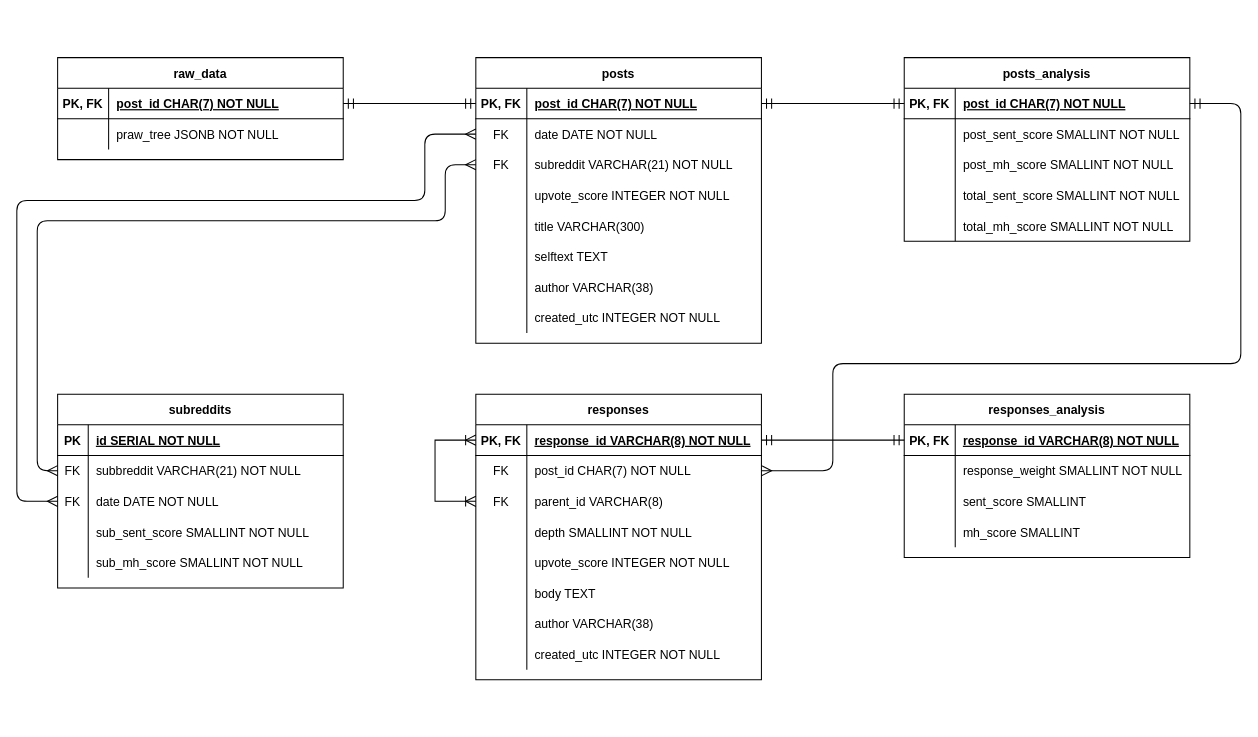
This is Untitled Diagram.drawio from AustinLowey/social-media-trends-tracker, a draw.io file, before an edit. Source tidied: cells renumbered, new cells numbered last; positions are measured from the earlier drawing's top-left corner, leaving out a move shared by most shapes. Both pictures are drawn from the tidied source at 102%, with x=0, y=0 at pixel (16, 57).
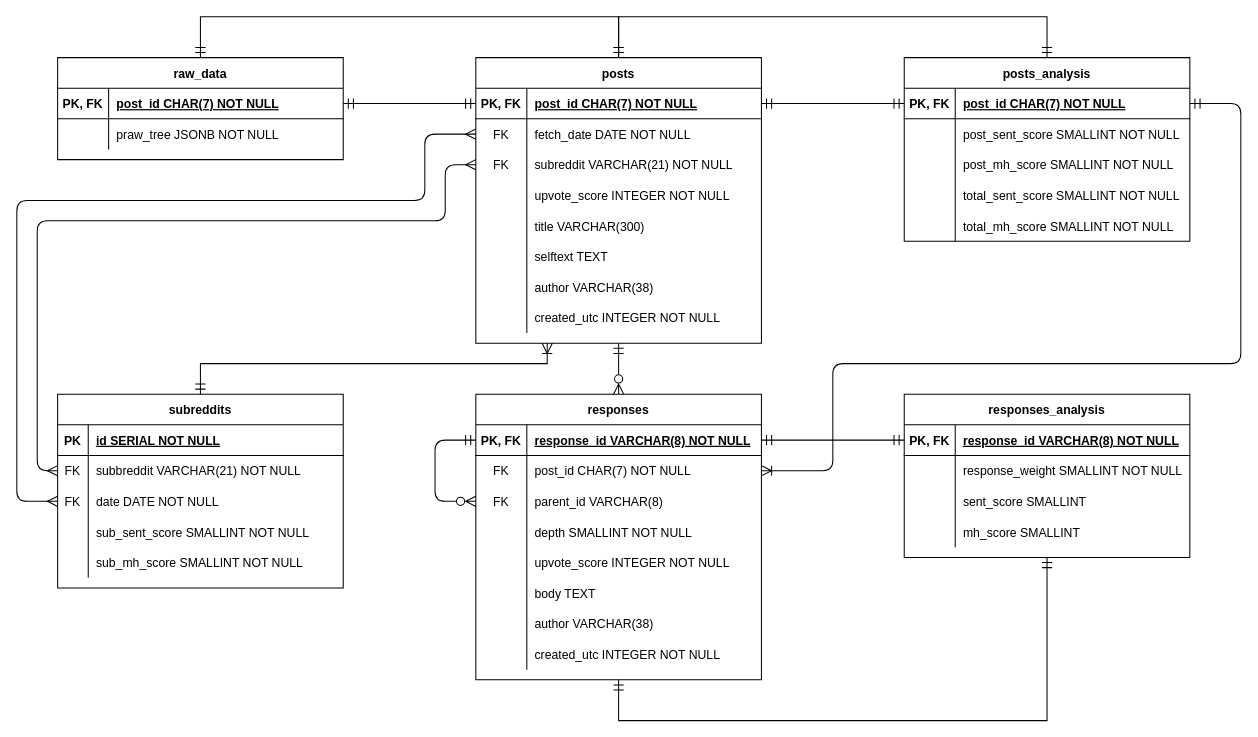
The same page after the edit.

Unchanged cells that the change refers to:
```xml
<mxCell id="4" value="posts" style="shape=table;startSize=30;childLayout=tableLayout;rowLines=0;fontStyle=1;align=center;" parent="1" vertex="1">
  <mxGeometry x="450" width="280" height="280" as="geometry" />
</mxCell>
<mxCell id="8" style="shape=partialRectangle;fillColor=none;points=[[0,0.5],[1,0.5]];portConstraint=eastwest;top=0;left=0;right=0;bottom=0;" parent="4" vertex="1">
  <mxGeometry y="60" width="280" height="30" as="geometry" />
</mxCell>
<mxCell id="29" value="responses" style="shape=table;startSize=30;childLayout=tableLayout;rowLines=0;fontStyle=1;align=center;" parent="1" vertex="1">
  <mxGeometry x="450" y="330" width="280" height="280" as="geometry" />
</mxCell>
<mxCell id="30" style="shape=partialRectangle;fillColor=none;points=[[0,0.5],[1,0.5]];portConstraint=eastwest;top=0;left=0;right=0;bottom=1;" parent="29" vertex="1">
  <mxGeometry y="30" width="280" height="30" as="geometry" />
</mxCell>
<mxCell id="33" style="shape=partialRectangle;fillColor=none;points=[[0,0.5],[1,0.5]];portConstraint=eastwest;top=0;left=0;right=0;bottom=0;" parent="29" vertex="1">
  <mxGeometry y="60" width="280" height="30" as="geometry" />
</mxCell>
<mxCell id="36" style="shape=partialRectangle;fillColor=none;points=[[0,0.5],[1,0.5]];portConstraint=eastwest;top=0;left=0;right=0;bottom=0;" parent="29" vertex="1">
  <mxGeometry y="90" width="280" height="30" as="geometry" />
</mxCell>
<mxCell id="55" value="raw_data" style="shape=table;startSize=30;childLayout=tableLayout;rowLines=0;fontStyle=1;align=center;" parent="1" vertex="1">
  <mxGeometry x="40" width="280" height="100" as="geometry" />
</mxCell>
<mxCell id="62" value="posts_analysis" style="shape=table;startSize=30;childLayout=tableLayout;rowLines=0;fontStyle=1;align=center;" parent="1" vertex="1">
  <mxGeometry x="870" width="280" height="180" as="geometry" />
</mxCell>
<mxCell id="63" style="shape=partialRectangle;fillColor=none;points=[[0,0.5],[1,0.5]];portConstraint=eastwest;top=0;left=0;right=0;bottom=1;" parent="62" vertex="1">
  <mxGeometry y="30" width="280" height="30" as="geometry" />
</mxCell>
<mxCell id="78" value="responses_analysis" style="shape=table;startSize=30;childLayout=tableLayout;rowLines=0;fontStyle=1;align=center;" parent="1" vertex="1">
  <mxGeometry x="870" y="330" width="280" height="160" as="geometry" />
</mxCell>
<mxCell id="91" value="subreddits" style="shape=table;startSize=30;childLayout=tableLayout;rowLines=0;fontStyle=1;align=center;" parent="1" vertex="1">
  <mxGeometry x="40" y="330" width="280" height="190" as="geometry" />
</mxCell>
```

Change to the diagram source:
```diff
@@
+    <mxCell id="111" style="edgeStyle=none;rounded=0;jettySize=auto;html=1;exitX=0.5;exitY=1;exitDx=0;exitDy=0;entryX=0.5;entryY=0;entryDx=0;entryDy=0;endSize=8;startSize=8;startArrow=ERmandOne;startFill=0;endArrow=ERzeroToMany;endFill=0;" parent="1" edge="1" source="4" target="29">
+      <mxGeometry relative="1" as="geometry" />
+    </mxCell>
@@
-    <mxCell id="10" value="date DATE NOT NULL" style="shape=partialRectangle;overflow=hidden;fillColor=none;top=0;left=0;bottom=0;right=0;align=left;spacingLeft=6;" parent="8" vertex="1">
+    <mxCell id="10" value="fetch_date DATE NOT NULL" style="shape=partialRectangle;overflow=hidden;fillColor=none;top=0;left=0;bottom=0;right=0;align=left;spacingLeft=6;" parent="8" vertex="1">
       <mxGeometry x="50" width="230" height="30" as="geometry" />
     </mxCell>
@@
-    <mxCell id="54" style="edgeStyle=orthogonalEdgeStyle;rounded=0;jettySize=auto;html=1;exitX=0;exitY=0.5;exitDx=0;exitDy=0;entryX=0;entryY=0.5;entryDx=0;entryDy=0;endSize=8;startSize=8;startArrow=ERoneToMany;startFill=0;endArrow=ERoneToMany;endFill=0;" parent="29" edge="1" source="30" target="36">
+    <mxCell id="54" style="edgeStyle=orthogonalEdgeStyle;rounded=1;jettySize=auto;html=1;exitX=0;exitY=0.5;exitDx=0;exitDy=0;entryX=0;entryY=0.5;entryDx=0;entryDy=0;endSize=8;startSize=8;startArrow=ERmandOne;startFill=0;endArrow=ERzeroToMany;endFill=0;curved=0;" parent="29" edge="1" source="30" target="36">
       <mxGeometry relative="1" as="geometry">
         <Array as="points">
           <mxPoint x="-40" y="45" />
           <mxPoint x="-40" y="105" />
         </Array>
       </mxGeometry>
     </mxCell>
@@
-    <mxCell id="110" style="edgeStyle=orthogonalEdgeStyle;endArrow=ERmany;startArrow=ERmandOne;endFill=0;startFill=0;exitX=1;exitY=0.5;exitDx=0;exitDy=0;entryX=1;entryY=0.5;entryDx=0;entryDy=0;endSize=8;startSize=8;" parent="1" edge="1" source="63" target="33">
+    <mxCell id="110" style="edgeStyle=orthogonalEdgeStyle;endArrow=ERoneToMany;startArrow=ERmandOne;endFill=0;startFill=0;exitX=1;exitY=0.5;exitDx=0;exitDy=0;entryX=1;entryY=0.5;entryDx=0;entryDy=0;endSize=8;startSize=8;" parent="1" edge="1" source="63" target="33">
       <mxGeometry relative="1" as="geometry">
         <Array as="points">
           <mxPoint x="1200" y="45" />
           <mxPoint x="1200" y="300" />
           <mxPoint x="800" y="300" />
           <mxPoint x="800" y="405" />
         </Array>
       </mxGeometry>
     </mxCell>
+    <mxCell id="112" style="edgeStyle=orthogonalEdgeStyle;rounded=0;jettySize=auto;html=1;exitX=0.5;exitY=0;exitDx=0;exitDy=0;entryX=0.5;entryY=0;entryDx=0;entryDy=0;endSize=8;startSize=8;startArrow=ERmandOne;startFill=0;endArrow=ERmandOne;endFill=0;" parent="1" edge="1" source="4" target="55">
+      <mxGeometry relative="1" as="geometry">
+        <Array as="points">
+          <mxPoint x="590" y="-40" />
+          <mxPoint x="180" y="-40" />
+        </Array>
+      </mxGeometry>
+    </mxCell>
+    <mxCell id="113" style="edgeStyle=orthogonalEdgeStyle;rounded=0;jettySize=auto;html=1;exitX=0.5;exitY=0;exitDx=0;exitDy=0;endSize=8;startSize=8;startArrow=ERmandOne;startFill=0;endArrow=ERmandOne;endFill=0;entryX=0.5;entryY=0;entryDx=0;entryDy=0;" parent="1" edge="1" source="62" target="4">
+      <mxGeometry relative="1" as="geometry">
+        <Array as="points">
+          <mxPoint x="1010" y="-40" />
+          <mxPoint x="590" y="-40" />
+        </Array>
+      </mxGeometry>
+    </mxCell>
+    <mxCell id="114" style="edgeStyle=orthogonalEdgeStyle;rounded=0;jettySize=auto;html=1;endSize=8;startSize=8;startArrow=ERmandOne;startFill=0;endArrow=ERmandOne;endFill=0;entryX=0.5;entryY=1;entryDx=0;entryDy=0;exitX=0.5;exitY=1;exitDx=0;exitDy=0;" parent="1" edge="1" source="78" target="29">
+      <mxGeometry relative="1" as="geometry">
+        <Array as="points">
+          <mxPoint x="1010" y="650" />
+          <mxPoint x="590" y="650" />
+        </Array>
+      </mxGeometry>
+    </mxCell>
+    <mxCell id="115" style="edgeStyle=orthogonalEdgeStyle;rounded=0;jettySize=auto;html=1;endSize=8;startSize=8;startArrow=ERoneToMany;startFill=0;endArrow=ERmandOne;endFill=0;entryX=0.5;entryY=0;entryDx=0;entryDy=0;exitX=0.25;exitY=1;exitDx=0;exitDy=0;" parent="1" edge="1" source="4" target="91">
+      <mxGeometry relative="1" as="geometry">
+        <Array as="points">
+          <mxPoint x="520" y="300" />
+          <mxPoint x="180" y="300" />
+        </Array>
+      </mxGeometry>
+    </mxCell>
```
